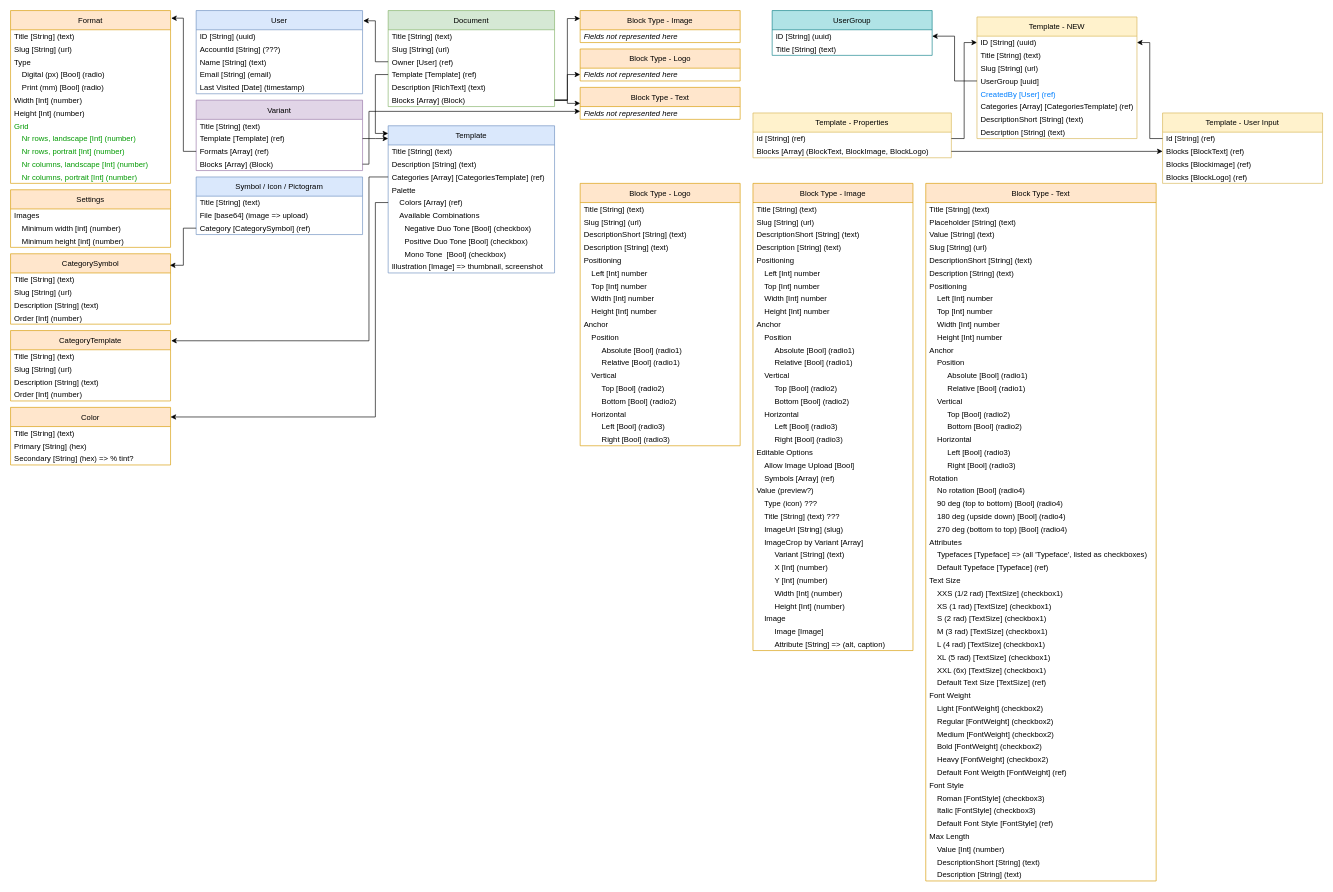
The draw.io diagram root/DesignmaskinCurrent2.drawio in dreamyguy/drawio, before the edit. Source tidied: cells renumbered, new cells numbered last; positions are measured from the earlier drawing's top-left corner, leaving out a move shared by most shapes. Both pictures are drawn from the tidied source at 64%, with x=0, y=0 at pixel (10, 10).
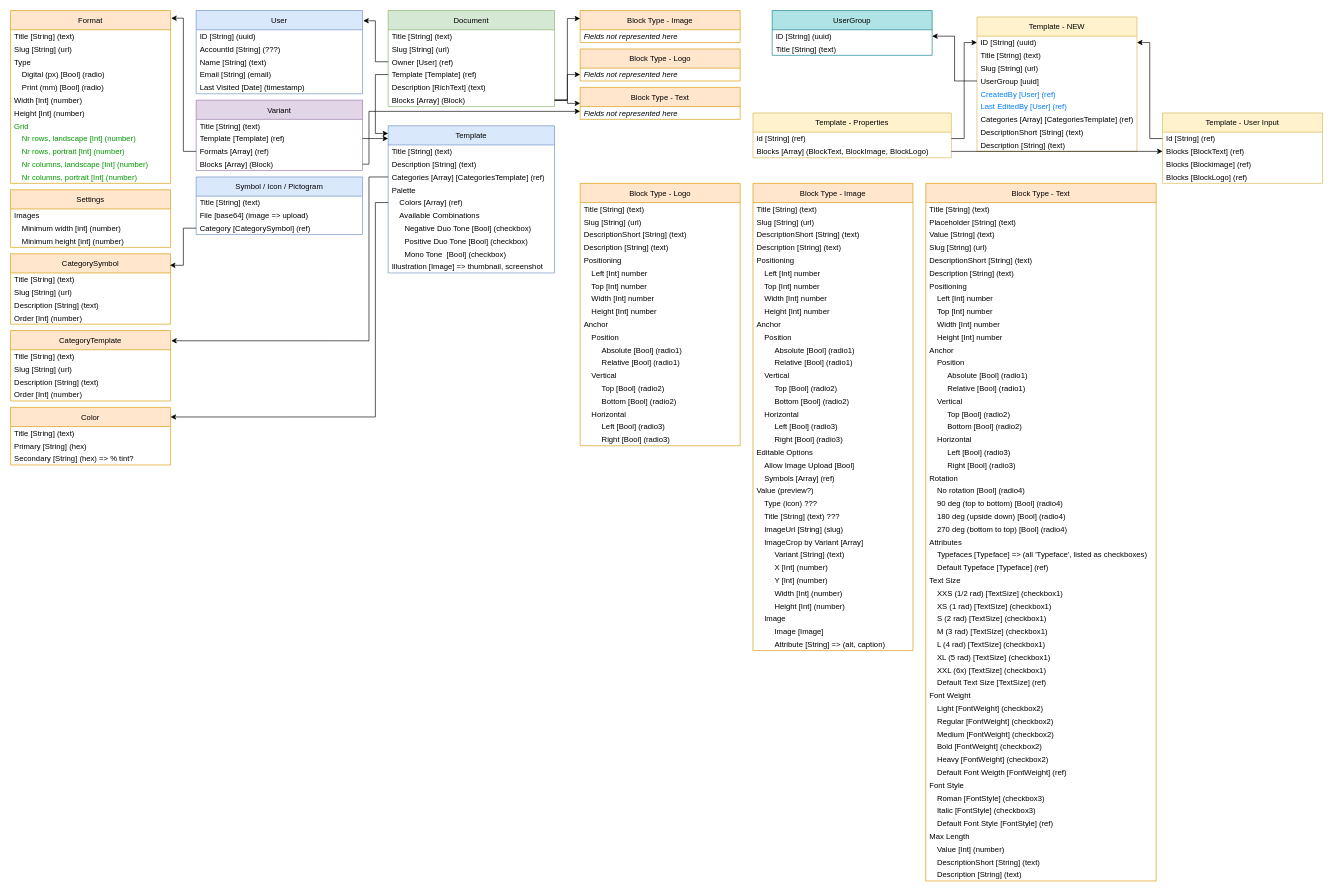
The same diagram, later.

Change to the diagram source:
```diff
@@
     <mxCell id="147" value="Template - NEW" style="swimlane;fontStyle=0;horizontal=1;startSize=30;fillColor=#fff2cc;strokeColor=#d6b656;" parent="1" vertex="1">
-      <mxGeometry x="1510" y="10" width="250" height="190" as="geometry" />
+      <mxGeometry x="1510" y="10" width="250" height="210" as="geometry" />
     </mxCell>
@@
+    <mxCell id="217" value="Last EditedBy [User] (ref)" style="text;strokeColor=none;fillColor=none;align=left;verticalAlign=middle;spacingLeft=4;spacingRight=4;overflow=hidden;fontColor=#007FFF;" parent="147" vertex="1">
+      <mxGeometry y="130" width="250" height="20" as="geometry" />
+    </mxCell>
     <mxCell id="153" value="Categories [Array] [CategoriesTemplate] (ref)" style="text;strokeColor=none;fillColor=none;align=left;verticalAlign=middle;spacingLeft=4;spacingRight=4;overflow=hidden;" parent="147" vertex="1">
-      <mxGeometry y="130" width="250" height="20" as="geometry" />
+      <mxGeometry y="150" width="250" height="20" as="geometry" />
     </mxCell>
     <mxCell id="154" value="DescriptionShort [String] (text)" style="text;strokeColor=none;fillColor=none;align=left;verticalAlign=middle;spacingLeft=4;spacingRight=4;overflow=hidden;" parent="147" vertex="1">
-      <mxGeometry y="150" width="250" height="20" as="geometry" />
+      <mxGeometry y="170" width="250" height="20" as="geometry" />
     </mxCell>
     <mxCell id="155" value="Description [String] (text)" style="text;strokeColor=none;fillColor=none;align=left;verticalAlign=middle;spacingLeft=4;spacingRight=4;overflow=hidden;" parent="147" vertex="1">
-      <mxGeometry y="170" width="250" height="20" as="geometry" />
+      <mxGeometry y="190" width="250" height="20" as="geometry" />
     </mxCell>
```
